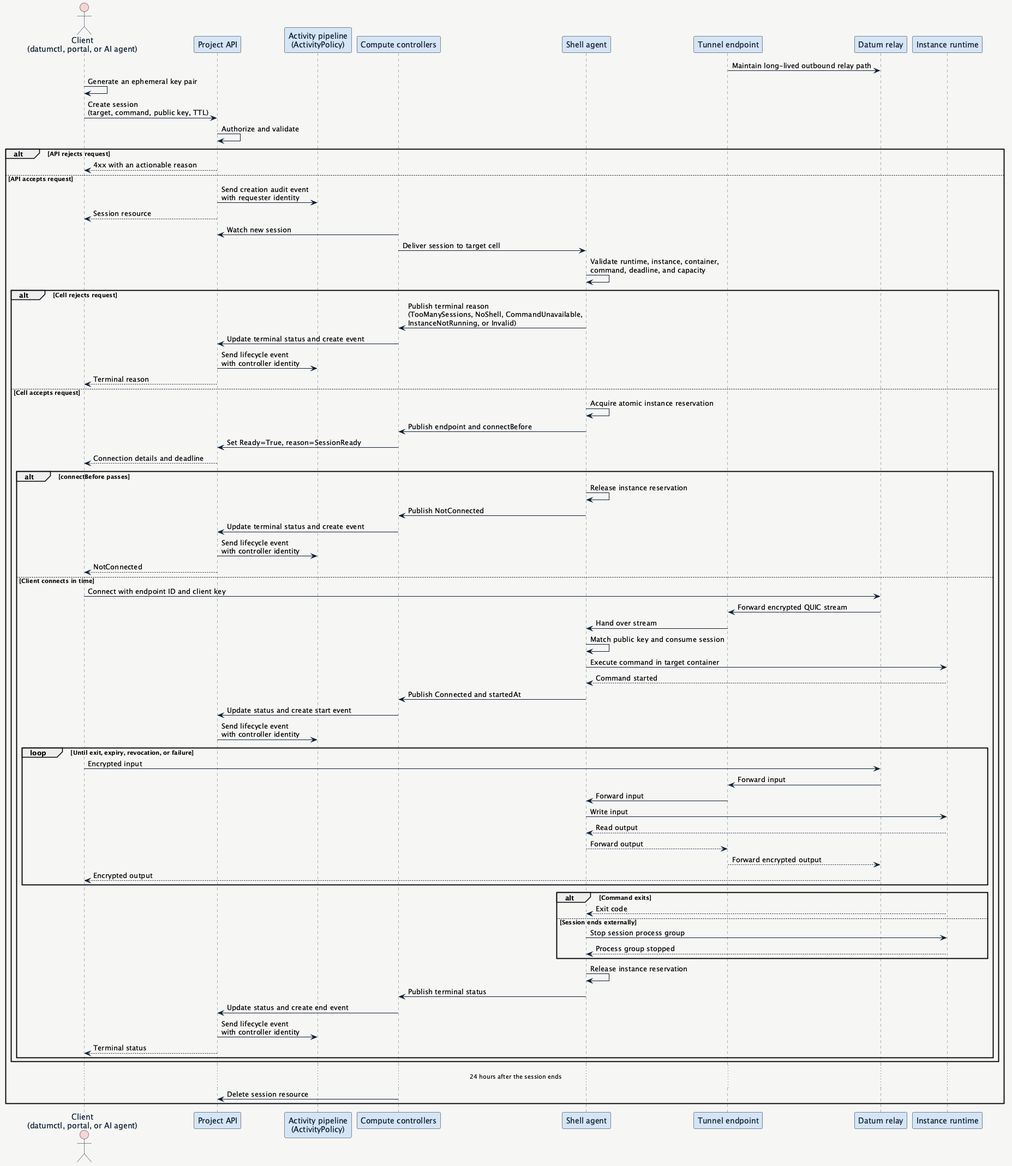
datum-cloud/compute keeps this PlantUML diagram as docs/enhancements/instance-shell-sessions/sequence-diagram.png. Above is the earlier version.
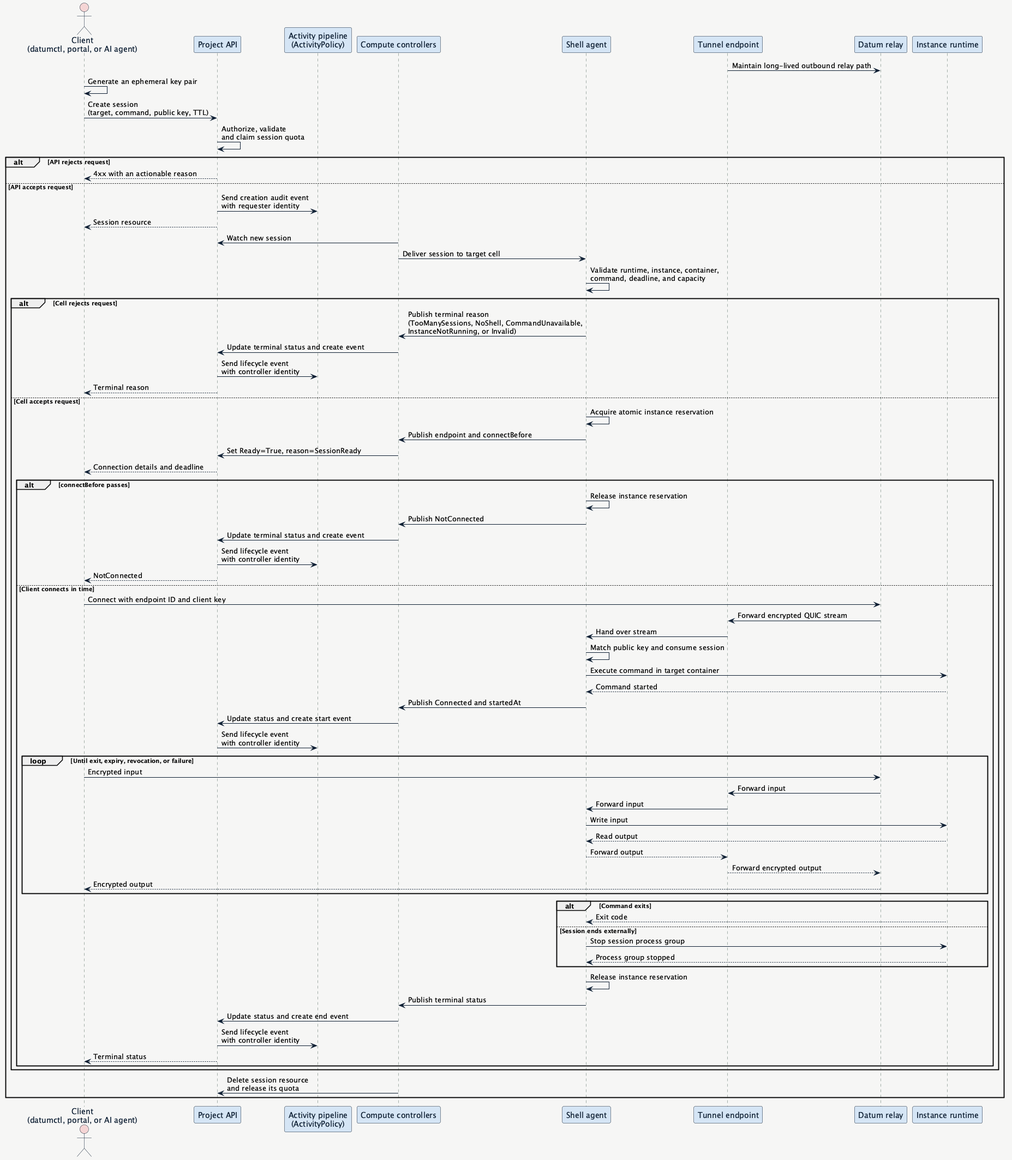
After the commit.

Commit message:
docs: limit shell sessions with project quota

What changed in the source:
```diff
@@ -25,7 +25,7 @@
 
 p_client -> p_client: Generate an ephemeral key pair
 p_client -> p_api: Create session\n(target, command, public key, TTL)
-p_api -> p_api: Authorize and validate
+p_api -> p_api: Authorize, validate\nand claim session quota
 
 alt API rejects request
     p_api --> p_client: 4xx with an actionable reason
@@ -90,8 +90,7 @@
         end
     end
 
-    ... 24 hours after the session ends ...
-    p_controllers -> p_api: Delete session resource
+    p_controllers -> p_api: Delete session resource\nand release its quota
 end
 
 @enduml
```
